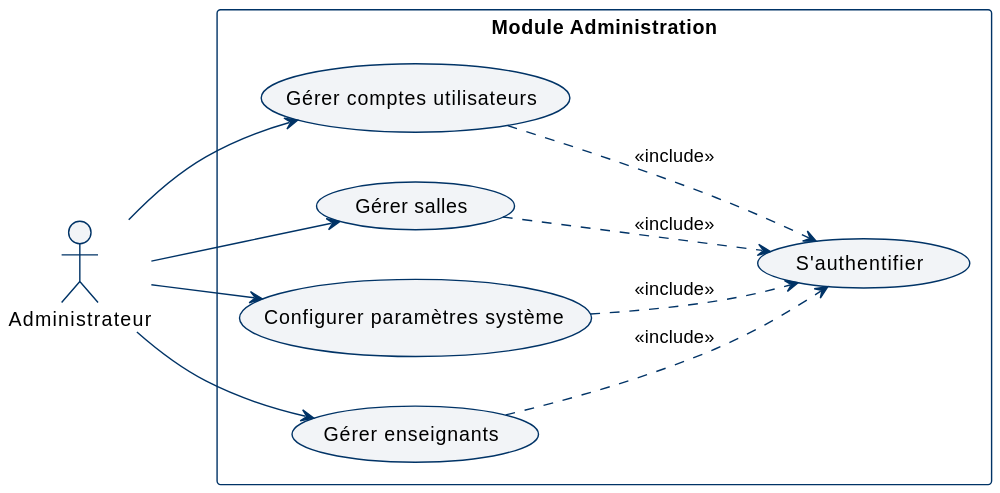
Earlier version of the PlantUML export docs/diagrams/svg/uc_admin.svg (abdelaziz-ebourki/system-gestion-soutenance).
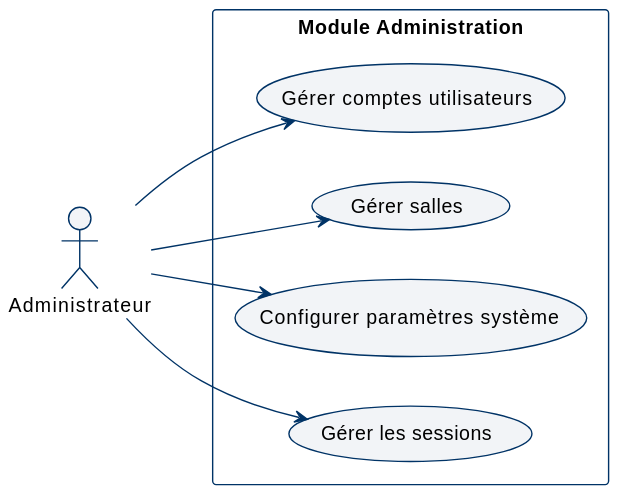
Above is the later version.

Change to the diagram source:
```diff
@@ -25,17 +25,11 @@
     usecase "Gérer comptes utilisateurs" as UC1
     usecase "Gérer salles" as UC2
     usecase "Configurer paramètres système" as UC4
-    usecase "Gérer enseignants" as UC5
-    usecase "S'authentifier" as Auth
+    usecase "Gérer les sessions" as UC5
 }
 
 Admin --> UC1
 Admin --> UC2
 Admin --> UC4
 Admin --> UC5
-
-UC1 ..> Auth : <<include>>
-UC2 ..> Auth : <<include>>
-UC4 ..> Auth : <<include>>
-UC5 ..> Auth : <<include>>
 @enduml
```
